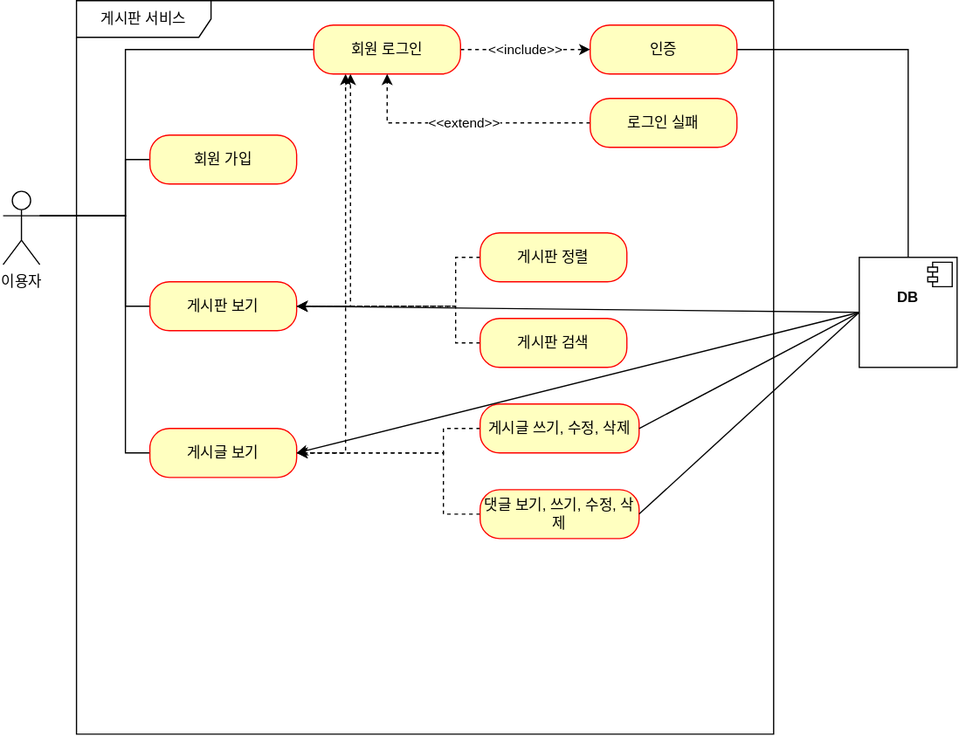
The draw.io diagram document/use-case.svg in Dukapuri/basic-board, before a commit. Source tidied: cells renumbered, new cells last; positions are measured from the earlier drawing's top-left corner, leaving out a move shared by most shapes.
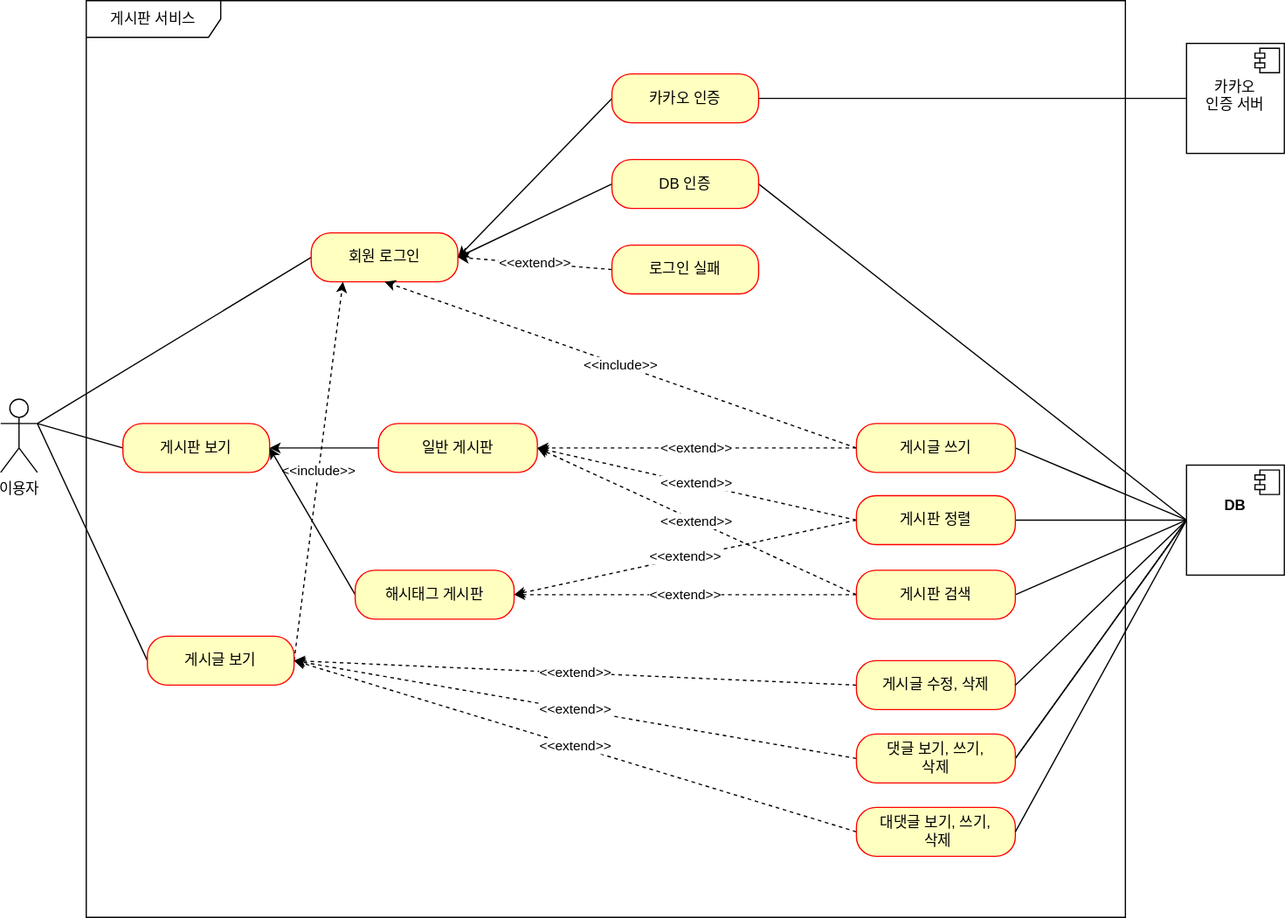
The same file after the commit.

Commit message:
#54 - use-case.svg: 카카오 인증 유즈 케이스 추가(대댓글은 미리 표현하였습니다.)

Change to the diagram source:
```diff
@@ -6,46 +6,18 @@
       <mxGeometry y="156" width="30" height="60" as="geometry" />
     </mxCell>
     <mxCell id="3" value="게시판 서비스" style="shape=umlFrame;whiteSpace=wrap;html=1;width=110;height=30;" parent="1" vertex="1">
-      <mxGeometry x="60" width="570" height="600" as="geometry" />
+      <mxGeometry x="70" y="-170" width="850" height="750" as="geometry" />
     </mxCell>
-    <mxCell id="4" style="edgeStyle=orthogonalEdgeStyle;rounded=0;jettySize=auto;html=1;exitX=0;exitY=0.5;exitDx=0;exitDy=0;entryX=1;entryY=0.3333333333333333;entryDx=0;entryDy=0;entryPerimeter=0;startArrow=none;startFill=0;endArrow=none;endFill=0;" parent="1" edge="1" source="5" target="2">
-      <mxGeometry relative="1" as="geometry">
-        <Array as="points">
-          <mxPoint x="100" y="130" />
-          <mxPoint x="100" y="176" />
-        </Array>
-      </mxGeometry>
-    </mxCell>
-    <mxCell id="5" value="회원 가입" style="rounded=1;whiteSpace=wrap;html=1;arcSize=40;fontColor=#000000;fillColor=#ffffc0;strokeColor=#ff0000;" parent="1" vertex="1">
-      <mxGeometry x="120" y="110" width="120" height="40" as="geometry" />
-    </mxCell>
-    <mxCell id="6" style="edgeStyle=orthogonalEdgeStyle;rounded=0;jettySize=auto;html=1;exitX=0;exitY=0.5;exitDx=0;exitDy=0;entryX=1;entryY=0.3333333333333333;entryDx=0;entryDy=0;entryPerimeter=0;startArrow=none;startFill=0;endArrow=none;endFill=0;" parent="1" edge="1" source="8" target="2">
-      <mxGeometry relative="1" as="geometry">
-        <Array as="points">
-          <mxPoint x="100" y="250" />
-          <mxPoint x="100" y="176" />
-        </Array>
-      </mxGeometry>
+    <mxCell id="6" style="rounded=0;jettySize=auto;html=1;exitX=0;exitY=0.5;exitDx=0;exitDy=0;entryX=1;entryY=0.3333333333333333;entryDx=0;entryDy=0;entryPerimeter=0;startArrow=none;startFill=0;endArrow=none;endFill=0;" parent="1" edge="1" source="8" target="2">
+      <mxGeometry relative="1" as="geometry" />
     </mxCell>
-    <mxCell id="7" style="edgeStyle=orthogonalEdgeStyle;rounded=0;jettySize=auto;html=1;exitX=1;exitY=0.5;exitDx=0;exitDy=0;entryX=0.25;entryY=1;entryDx=0;entryDy=0;dashed=1;startArrow=none;startFill=0;endArrow=classic;endFill=1;" parent="1" edge="1" source="8" target="14">
-      <mxGeometry relative="1" as="geometry">
-        <Array as="points">
-          <mxPoint x="284" y="250" />
-        </Array>
-      </mxGeometry>
-    </mxCell>
     <mxCell id="8" value="게시판 보기" style="rounded=1;whiteSpace=wrap;html=1;arcSize=40;fontColor=#000000;fillColor=#ffffc0;strokeColor=#ff0000;" parent="1" vertex="1">
-      <mxGeometry x="120" y="230" width="120" height="40" as="geometry" />
+      <mxGeometry x="100" y="176" width="120" height="40" as="geometry" />
     </mxCell>
-    <mxCell id="9" style="edgeStyle=orthogonalEdgeStyle;rounded=0;jettySize=auto;html=1;exitX=0;exitY=0.5;exitDx=0;exitDy=0;entryX=1;entryY=0.3333333333333333;entryDx=0;entryDy=0;entryPerimeter=0;startArrow=none;startFill=0;endArrow=none;endFill=0;" parent="1" edge="1" source="11" target="2">
-      <mxGeometry relative="1" as="geometry">
-        <Array as="points">
-          <mxPoint x="100" y="370" />
-          <mxPoint x="100" y="176" />
-        </Array>
-      </mxGeometry>
+    <mxCell id="9" style="rounded=0;jettySize=auto;html=1;exitX=0;exitY=0.5;exitDx=0;exitDy=0;entryX=1;entryY=0.3333333333333333;entryDx=0;entryDy=0;entryPerimeter=0;startArrow=none;startFill=0;endArrow=none;endFill=0;" parent="1" edge="1" source="11" target="2">
+      <mxGeometry relative="1" as="geometry" />
     </mxCell>
-    <mxCell id="10" style="edgeStyle=orthogonalEdgeStyle;rounded=0;jettySize=auto;html=1;exitX=1;exitY=0.5;exitDx=0;exitDy=0;dashed=1;startArrow=none;startFill=0;endArrow=classic;endFill=1;" parent="1" edge="1" source="11">
+    <mxCell id="10" value="&amp;lt;&amp;lt;include&amp;gt;&amp;gt;" style="rounded=0;jettySize=auto;html=1;exitX=1;exitY=0.5;exitDx=0;exitDy=0;dashed=1;startArrow=none;startFill=0;endArrow=classic;endFill=1;" parent="1" edge="1" source="11">
       <mxGeometry relative="1" as="geometry">
         <mxPoint x="280" y="60" as="targetPoint" />
       </mxGeometry>
@@ -53,97 +25,131 @@
     <mxCell id="11" value="게시글 보기" style="rounded=1;whiteSpace=wrap;html=1;arcSize=40;fontColor=#000000;fillColor=#ffffc0;strokeColor=#ff0000;" parent="1" vertex="1">
       <mxGeometry x="120" y="350" width="120" height="40" as="geometry" />
     </mxCell>
-    <mxCell id="12" style="edgeStyle=orthogonalEdgeStyle;rounded=0;jettySize=auto;html=1;exitX=0;exitY=0.5;exitDx=0;exitDy=0;entryX=1;entryY=0.3333333333333333;entryDx=0;entryDy=0;entryPerimeter=0;startArrow=none;startFill=0;endArrow=none;endFill=0;" parent="1" edge="1" source="14" target="2">
-      <mxGeometry relative="1" as="geometry">
-        <Array as="points">
-          <mxPoint x="100" y="40" />
-          <mxPoint x="100" y="176" />
-        </Array>
-      </mxGeometry>
+    <mxCell id="12" style="rounded=0;jettySize=auto;html=1;exitX=0;exitY=0.5;exitDx=0;exitDy=0;entryX=1;entryY=0.3333333333333333;entryDx=0;entryDy=0;entryPerimeter=0;startArrow=none;startFill=0;endArrow=none;endFill=0;" parent="1" edge="1" source="14" target="2">
+      <mxGeometry relative="1" as="geometry" />
     </mxCell>
-    <mxCell id="13" value="&amp;lt;&amp;lt;include&amp;gt;&amp;gt;" style="edgeStyle=orthogonalEdgeStyle;rounded=0;jettySize=auto;html=1;exitX=1;exitY=0.5;exitDx=0;exitDy=0;entryX=0;entryY=0.5;entryDx=0;entryDy=0;startArrow=none;startFill=0;endArrow=classic;endFill=1;dashed=1;" parent="1" edge="1" source="14" target="16">
-      <mxGeometry relative="1" as="geometry" />
-    </mxCell>
+    <mxCell id="33" style="rounded=0;jettySize=auto;html=1;exitX=1;exitY=0.5;exitDx=0;exitDy=0;entryX=0;entryY=0.5;entryDx=0;entryDy=0;endArrow=none;endFill=0;startArrow=classic;startFill=1;" parent="1" edge="1" source="14" target="53">
+      <mxGeometry relative="1" as="geometry" />
+    </mxCell>
     <mxCell id="14" value="회원 로그인" style="rounded=1;whiteSpace=wrap;html=1;arcSize=40;fontColor=#000000;fillColor=#ffffc0;strokeColor=#ff0000;" parent="1" vertex="1">
       <mxGeometry x="254" y="20" width="120" height="40" as="geometry" />
     </mxCell>
-    <mxCell id="15" style="edgeStyle=orthogonalEdgeStyle;rounded=0;jettySize=auto;html=1;exitX=1;exitY=0.5;exitDx=0;exitDy=0;entryX=0.5;entryY=0;entryDx=0;entryDy=0;startArrow=none;startFill=0;endArrow=none;endFill=0;" parent="1" edge="1" source="16" target="27">
+    <mxCell id="15" style="rounded=0;jettySize=auto;html=1;exitX=1;exitY=0.5;exitDx=0;exitDy=0;entryX=0;entryY=0.5;entryDx=0;entryDy=0;startArrow=none;startFill=0;endArrow=none;endFill=0;" parent="1" edge="1" source="16" target="27">
       <mxGeometry relative="1" as="geometry" />
     </mxCell>
+    <mxCell id="34" style="rounded=0;jettySize=auto;html=1;exitX=0;exitY=0.5;exitDx=0;exitDy=0;entryX=1;entryY=0.5;entryDx=0;entryDy=0;" parent="1" edge="1" source="16" target="14">
+      <mxGeometry relative="1" as="geometry" />
+    </mxCell>
-    <mxCell id="16" value="인증&lt;span style=&quot;color: rgba(0, 0, 0, 0); font-family: monospace; font-size: 0px; text-align: start;&quot;&gt;%3CmxGraphModel%3E%3Croot%3E%3CmxCell%20id%3D%220%22%2F%3E%3CmxCell%20id%3D%221%22%20parent%3D%220%22%2F%3E%3CmxCell%20id%3D%222%22%20value%3D%22%ED%9A%8C%EC%9B%90%20%EA%B0%80%EC%9E%85%22%20style%3D%22rounded%3D1%3BwhiteSpace%3Dwrap%3Bhtml%3D1%3BarcSize%3D40%3BfontColor%3D%23000000%3BfillColor%3D%23ffffc0%3BstrokeColor%3D%23ff0000%3B%22%20vertex%3D%221%22%20parent%3D%221%22%3E%3CmxGeometry%20x%3D%22160%22%20y%3D%22-690%22%20width%3D%22120%22%20height%3D%2240%22%20as%3D%22geometry%22%2F%3E%3C%2FmxCell%3E%3C%2Froot%3E%3C%2FmxGraphModel%3E&lt;/span&gt;" style="rounded=1;whiteSpace=wrap;html=1;arcSize=40;fontColor=#000000;fillColor=#ffffc0;strokeColor=#ff0000;" parent="1" vertex="1">
-      <mxGeometry x="480" y="20" width="120" height="40" as="geometry" />
+    <mxCell id="16" value="DB 인증" style="rounded=1;whiteSpace=wrap;html=1;arcSize=40;fontColor=#000000;fillColor=#ffffc0;strokeColor=#ff0000;" parent="1" vertex="1">
+      <mxGeometry x="500" y="-40" width="120" height="40" as="geometry" />
     </mxCell>
-    <mxCell id="17" value="&amp;lt;&amp;lt;extend&amp;gt;&amp;gt;" style="edgeStyle=orthogonalEdgeStyle;rounded=0;jettySize=auto;html=1;exitX=0;exitY=0.5;exitDx=0;exitDy=0;entryX=0.5;entryY=1;entryDx=0;entryDy=0;dashed=1;startArrow=none;startFill=0;endArrow=classic;endFill=1;" parent="1" edge="1" source="18" target="14">
+    <mxCell id="17" value="&amp;lt;&amp;lt;extend&amp;gt;&amp;gt;" style="rounded=0;jettySize=auto;html=1;exitX=0;exitY=0.5;exitDx=0;exitDy=0;entryX=1;entryY=0.5;entryDx=0;entryDy=0;dashed=1;startArrow=none;startFill=0;endArrow=classic;endFill=1;" parent="1" edge="1" source="18" target="14">
       <mxGeometry relative="1" as="geometry" />
     </mxCell>
     <mxCell id="18" value="로그인 실패" style="rounded=1;whiteSpace=wrap;html=1;arcSize=40;fontColor=#000000;fillColor=#ffffc0;strokeColor=#ff0000;" parent="1" vertex="1">
-      <mxGeometry x="480" y="80" width="120" height="40" as="geometry" />
+      <mxGeometry x="500" y="30" width="120" height="40" as="geometry" />
     </mxCell>
-    <mxCell id="19" style="edgeStyle=orthogonalEdgeStyle;rounded=0;jettySize=auto;html=1;exitX=0;exitY=0.5;exitDx=0;exitDy=0;entryX=1;entryY=0.5;entryDx=0;entryDy=0;dashed=1;startArrow=none;startFill=0;endArrow=classic;endFill=1;" parent="1" edge="1" source="20" target="8">
-      <mxGeometry relative="1" as="geometry">
-        <Array as="points">
-          <mxPoint x="370" y="250" />
-        </Array>
-      </mxGeometry>
-    </mxCell>
+    <mxCell id="35" style="rounded=0;jettySize=auto;html=1;exitX=1;exitY=0.5;exitDx=0;exitDy=0;endArrow=none;endFill=0;entryX=0;entryY=0.5;entryDx=0;entryDy=0;" parent="1" edge="1" source="20" target="27">
+      <mxGeometry relative="1" as="geometry" />
+    </mxCell>
+    <mxCell id="36" value="&amp;lt;&amp;lt;extend&amp;gt;&amp;gt;" style="rounded=0;jettySize=auto;html=1;exitX=0;exitY=0.5;exitDx=0;exitDy=0;entryX=1;entryY=0.5;entryDx=0;entryDy=0;dashed=1;" parent="1" edge="1" source="20" target="50">
+      <mxGeometry relative="1" as="geometry" />
+    </mxCell>
+    <mxCell id="37" value="&amp;lt;&amp;lt;extend&amp;gt;&amp;gt;" style="rounded=0;jettySize=auto;html=1;exitX=0;exitY=0.5;exitDx=0;exitDy=0;entryX=1;entryY=0.5;entryDx=0;entryDy=0;dashed=1;" parent="1" edge="1" source="20" target="48">
+      <mxGeometry relative="1" as="geometry" />
+    </mxCell>
     <mxCell id="20" value="게시판 정렬" style="rounded=1;whiteSpace=wrap;html=1;arcSize=40;fontColor=#000000;fillColor=#ffffc0;strokeColor=#ff0000;" parent="1" vertex="1">
-      <mxGeometry x="390" y="190" width="120" height="40" as="geometry" />
+      <mxGeometry x="700" y="235" width="130" height="40" as="geometry" />
     </mxCell>
-    <mxCell id="21" style="edgeStyle=orthogonalEdgeStyle;rounded=0;jettySize=auto;html=1;exitX=0;exitY=0.5;exitDx=0;exitDy=0;dashed=1;startArrow=none;startFill=0;endArrow=classic;endFill=1;" parent="1" edge="1" source="22">
-      <mxGeometry relative="1" as="geometry">
-        <mxPoint x="240" y="250" as="targetPoint" />
-        <Array as="points">
-          <mxPoint x="370" y="250" />
-        </Array>
-      </mxGeometry>
-    </mxCell>
+    <mxCell id="38" style="rounded=0;jettySize=auto;html=1;exitX=1;exitY=0.5;exitDx=0;exitDy=0;entryX=0;entryY=0.5;entryDx=0;entryDy=0;endArrow=none;endFill=0;" parent="1" edge="1" source="22" target="27">
+      <mxGeometry relative="1" as="geometry" />
+    </mxCell>
+    <mxCell id="39" value="&amp;lt;&amp;lt;extend&amp;gt;&amp;gt;" style="rounded=0;jettySize=auto;html=1;exitX=0;exitY=0.5;exitDx=0;exitDy=0;entryX=1;entryY=0.5;entryDx=0;entryDy=0;dashed=1;" parent="1" edge="1" source="22" target="48">
+      <mxGeometry relative="1" as="geometry" />
+    </mxCell>
+    <mxCell id="40" value="&amp;lt;&amp;lt;extend&amp;gt;&amp;gt;" style="rounded=0;jettySize=auto;html=1;exitX=0;exitY=0.5;exitDx=0;exitDy=0;entryX=1;entryY=0.5;entryDx=0;entryDy=0;dashed=1;" parent="1" edge="1" source="22" target="50">
+      <mxGeometry relative="1" as="geometry" />
+    </mxCell>
     <mxCell id="22" value="게시판 검색" style="rounded=1;whiteSpace=wrap;html=1;arcSize=40;fontColor=#000000;fillColor=#ffffc0;strokeColor=#ff0000;" parent="1" vertex="1">
-      <mxGeometry x="390" y="260" width="120" height="40" as="geometry" />
+      <mxGeometry x="700" y="296" width="130" height="40" as="geometry" />
     </mxCell>
-    <mxCell id="23" style="edgeStyle=orthogonalEdgeStyle;rounded=0;jettySize=auto;html=1;exitX=0;exitY=0.5;exitDx=0;exitDy=0;entryX=1;entryY=0.5;entryDx=0;entryDy=0;dashed=1;startArrow=none;startFill=0;endArrow=classic;endFill=1;" parent="1" edge="1" source="24" target="11">
-      <mxGeometry relative="1" as="geometry">
-        <Array as="points">
-          <mxPoint x="360" y="350" />
-          <mxPoint x="360" y="370" />
-        </Array>
-      </mxGeometry>
+    <mxCell id="23" value="&amp;lt;&amp;lt;extend&amp;gt;&amp;gt;" style="rounded=0;jettySize=auto;html=1;exitX=0;exitY=0.5;exitDx=0;exitDy=0;entryX=1;entryY=0.5;entryDx=0;entryDy=0;dashed=1;startArrow=none;startFill=0;endArrow=classic;endFill=1;" parent="1" edge="1" source="24" target="11">
+      <mxGeometry relative="1" as="geometry" />
     </mxCell>
-    <mxCell id="24" value="게시글 쓰기, 수정, 삭제" style="rounded=1;whiteSpace=wrap;html=1;arcSize=40;fontColor=#000000;fillColor=#ffffc0;strokeColor=#ff0000;" parent="1" vertex="1">
-      <mxGeometry x="390" y="330" width="130" height="40" as="geometry" />
+    <mxCell id="24" value="게시글 수정, 삭제" style="rounded=1;whiteSpace=wrap;html=1;arcSize=40;fontColor=#000000;fillColor=#ffffc0;strokeColor=#ff0000;" parent="1" vertex="1">
+      <mxGeometry x="700" y="370" width="130" height="40" as="geometry" />
     </mxCell>
-    <mxCell id="25" style="edgeStyle=orthogonalEdgeStyle;rounded=0;jettySize=auto;html=1;exitX=0;exitY=0.5;exitDx=0;exitDy=0;dashed=1;startArrow=none;startFill=0;endArrow=classic;endFill=1;" parent="1" edge="1" source="26">
+    <mxCell id="25" value="&amp;lt;&amp;lt;extend&amp;gt;&amp;gt;" style="rounded=0;jettySize=auto;html=1;exitX=0;exitY=0.5;exitDx=0;exitDy=0;dashed=1;startArrow=none;startFill=0;endArrow=classic;endFill=1;" parent="1" edge="1" source="26">
       <mxGeometry relative="1" as="geometry">
         <mxPoint x="240" y="370" as="targetPoint" />
-        <Array as="points">
-          <mxPoint x="360" y="420" />
-          <mxPoint x="360" y="370" />
-        </Array>
       </mxGeometry>
     </mxCell>
-    <mxCell id="26" value="댓글 보기, 쓰기, 수정, 삭제" style="rounded=1;whiteSpace=wrap;html=1;arcSize=40;fontColor=#000000;fillColor=#ffffc0;strokeColor=#ff0000;" parent="1" vertex="1">
-      <mxGeometry x="390" y="400" width="130" height="40" as="geometry" />
-    </mxCell>
     <mxCell id="27" value="&lt;p style=&quot;margin: 6px 0px 0px;&quot;&gt;&lt;b&gt;&lt;br&gt;&lt;/b&gt;&lt;/p&gt;&lt;p style=&quot;margin: 6px 0px 0px;&quot;&gt;&lt;b style=&quot;background-color: initial;&quot;&gt;DB&lt;/b&gt;&lt;br&gt;&lt;/p&gt;" style="align=center;overflow=fill;html=1;" parent="1" vertex="1">
-      <mxGeometry x="700" y="210" width="80" height="90" as="geometry" />
+      <mxGeometry x="970" y="210" width="80" height="90" as="geometry" />
     </mxCell>
     <mxCell id="28" style="shape=component;jettyWidth=8;jettyHeight=4;" parent="27" vertex="1">
       <mxGeometry x="1" width="20" height="20" relative="1" as="geometry">
         <mxPoint x="-24" y="4" as="offset" />
       </mxGeometry>
     </mxCell>
-    <mxCell id="29" style="endArrow=classic;html=1;rounded=0;entryX=1;entryY=0.5;entryDx=0;entryDy=0;exitX=0;exitY=0.5;exitDx=0;exitDy=0;" parent="1" edge="1" source="27" target="11">
-      <mxGeometry relative="1" as="geometry" />
-    </mxCell>
-    <mxCell id="30" style="endArrow=classic;html=1;rounded=0;exitX=0;exitY=0.5;exitDx=0;exitDy=0;" parent="1" edge="1" source="27">
-      <mxGeometry relative="1" as="geometry">
-        <mxPoint x="240" y="250" as="targetPoint" />
-      </mxGeometry>
-    </mxCell>
     <mxCell id="31" style="endArrow=none;html=1;rounded=0;exitX=1;exitY=0.5;exitDx=0;exitDy=0;entryX=0;entryY=0.5;entryDx=0;entryDy=0;" parent="1" edge="1" source="26" target="27">
       <mxGeometry relative="1" as="geometry" />
     </mxCell>
     <mxCell id="32" style="endArrow=none;html=1;rounded=0;exitX=1;exitY=0.5;exitDx=0;exitDy=0;entryX=0;entryY=0.5;entryDx=0;entryDy=0;" parent="1" edge="1" source="24" target="27">
       <mxGeometry relative="1" as="geometry" />
     </mxCell>
+    <mxCell id="41" value="&amp;lt;&amp;lt;extend&amp;gt;&amp;gt;" style="rounded=0;jettySize=auto;html=1;exitX=0;exitY=0.5;exitDx=0;exitDy=0;entryX=1;entryY=0.5;entryDx=0;entryDy=0;dashed=1;" parent="1" edge="1" source="43" target="11">
+      <mxGeometry relative="1" as="geometry" />
+    </mxCell>
+    <mxCell id="42" style="rounded=0;jettySize=auto;html=1;exitX=1;exitY=0.5;exitDx=0;exitDy=0;entryX=0;entryY=0.5;entryDx=0;entryDy=0;endArrow=none;endFill=0;" parent="1" edge="1" source="26" target="27">
+      <mxGeometry relative="1" as="geometry" />
+    </mxCell>
+    <mxCell id="43" value="대댓글 보기, 쓰기,&lt;br&gt;&amp;nbsp;삭제" style="rounded=1;whiteSpace=wrap;html=1;arcSize=40;fontColor=#000000;fillColor=#ffffc0;strokeColor=#ff0000;" parent="1" vertex="1">
+      <mxGeometry x="700" y="490" width="130" height="40" as="geometry" />
+    </mxCell>
+    <mxCell id="44" style="rounded=0;jettySize=auto;html=1;exitX=1;exitY=0.5;exitDx=0;exitDy=0;entryX=0;entryY=0.5;entryDx=0;entryDy=0;endArrow=none;endFill=0;" parent="1" edge="1" source="46" target="27">
+      <mxGeometry relative="1" as="geometry" />
+    </mxCell>
+    <mxCell id="45" value="&amp;lt;&amp;lt;extend&amp;gt;&amp;gt;" style="edgeStyle=orthogonalEdgeStyle;rounded=0;jettySize=auto;html=1;exitX=0;exitY=0.5;exitDx=0;exitDy=0;entryX=1;entryY=0.5;entryDx=0;entryDy=0;dashed=1;" parent="1" edge="1" source="46" target="50">
+      <mxGeometry relative="1" as="geometry" />
+    </mxCell>
+    <mxCell id="13" value="&amp;lt;&amp;lt;include&amp;gt;&amp;gt;" style="rounded=0;jettySize=auto;html=1;exitX=0;exitY=0.5;exitDx=0;exitDy=0;entryX=0.5;entryY=1;entryDx=0;entryDy=0;dashed=1;" parent="1" edge="1" source="46" target="14">
+      <mxGeometry relative="1" as="geometry" />
+    </mxCell>
+    <mxCell id="46" value="게시글 쓰기" style="rounded=1;whiteSpace=wrap;html=1;arcSize=40;fontColor=#000000;fillColor=#ffffc0;strokeColor=#ff0000;" parent="1" vertex="1">
+      <mxGeometry x="700" y="176" width="130" height="40" as="geometry" />
+    </mxCell>
+    <mxCell id="47" style="rounded=0;jettySize=auto;html=1;exitX=0;exitY=0.5;exitDx=0;exitDy=0;entryX=1;entryY=0.5;entryDx=0;entryDy=0;" parent="1" edge="1" source="48" target="8">
+      <mxGeometry relative="1" as="geometry" />
+    </mxCell>
+    <mxCell id="48" value="해시태그 게시판" style="rounded=1;whiteSpace=wrap;html=1;arcSize=40;fontColor=#000000;fillColor=#ffffc0;strokeColor=#ff0000;" parent="1" vertex="1">
+      <mxGeometry x="290" y="296" width="130" height="40" as="geometry" />
+    </mxCell>
+    <mxCell id="49" style="edgeStyle=orthogonalEdgeStyle;rounded=0;jettySize=auto;html=1;exitX=0;exitY=0.5;exitDx=0;exitDy=0;entryX=1;entryY=0.5;entryDx=0;entryDy=0;" parent="1" edge="1" source="50" target="8">
+      <mxGeometry relative="1" as="geometry" />
+    </mxCell>
+    <mxCell id="50" value="일반 게시판" style="rounded=1;whiteSpace=wrap;html=1;arcSize=40;fontColor=#000000;fillColor=#ffffc0;strokeColor=#ff0000;" parent="1" vertex="1">
+      <mxGeometry x="309" y="176" width="130" height="40" as="geometry" />
+    </mxCell>
+    <mxCell id="51" style="rounded=0;jettySize=auto;html=1;exitX=1;exitY=0.5;exitDx=0;exitDy=0;entryX=0;entryY=0.5;entryDx=0;entryDy=0;endArrow=none;endFill=0;" parent="1" edge="1" source="43" target="27">
+      <mxGeometry relative="1" as="geometry" />
+    </mxCell>
+    <mxCell id="26" value="댓글 보기, 쓰기,&lt;br&gt;삭제" style="rounded=1;whiteSpace=wrap;html=1;arcSize=40;fontColor=#000000;fillColor=#ffffc0;strokeColor=#ff0000;" parent="1" vertex="1">
+      <mxGeometry x="700" y="430" width="130" height="40" as="geometry" />
+    </mxCell>
+    <mxCell id="52" style="edgeStyle=orthogonalEdgeStyle;rounded=0;jettySize=auto;html=1;exitX=1;exitY=0.5;exitDx=0;exitDy=0;entryX=0;entryY=0.5;entryDx=0;entryDy=0;endArrow=none;endFill=0;" parent="1" edge="1" source="53" target="54">
+      <mxGeometry relative="1" as="geometry" />
+    </mxCell>
+    <mxCell id="53" value="카카오 인증" style="rounded=1;whiteSpace=wrap;html=1;arcSize=40;fontColor=#000000;fillColor=#ffffc0;strokeColor=#ff0000;" parent="1" vertex="1">
+      <mxGeometry x="500" y="-110" width="120" height="40" as="geometry" />
+    </mxCell>
+    <mxCell id="54" value="&lt;br&gt;&lt;br&gt;카카오&lt;br&gt;인증 서버" style="align=center;overflow=fill;html=1;" parent="1" vertex="1">
+      <mxGeometry x="970" y="-135" width="80" height="90" as="geometry" />
+    </mxCell>
+    <mxCell id="55" style="shape=component;jettyWidth=8;jettyHeight=4;" parent="54" vertex="1">
+      <mxGeometry x="1" width="20" height="20" relative="1" as="geometry">
+        <mxPoint x="-24" y="4" as="offset" />
+      </mxGeometry>
+    </mxCell>
   </root>
 </mxGraphModel>
```
